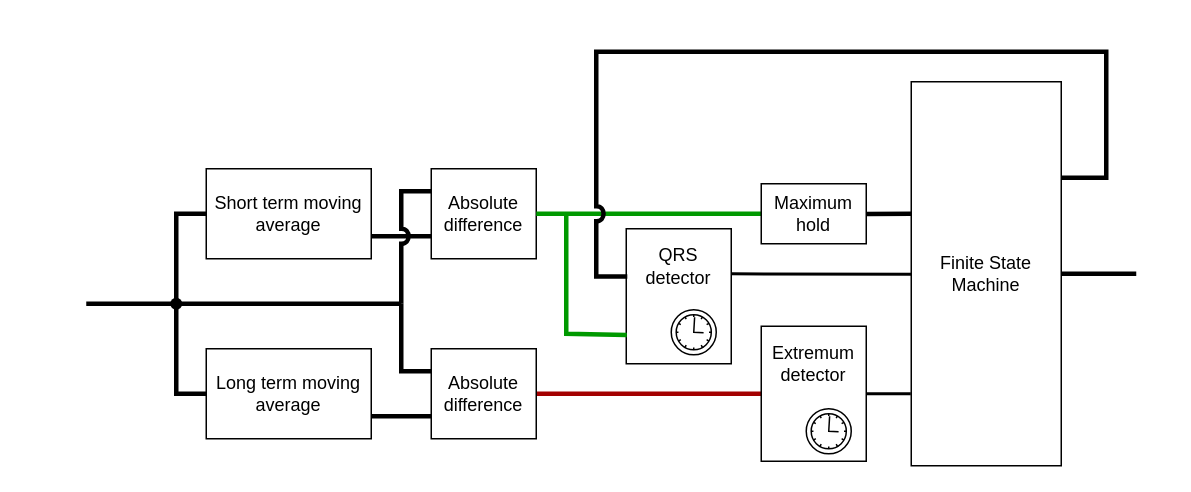
This is doc/drawio_diagrams/RPD_algorithm.drawio from jmat97/RPD22, a draw.io file, before an edit. Source tidied: cells renumbered, new cells numbered last; positions are measured from the earlier drawing's top-left corner, leaving out a move shared by most shapes. Both pictures are drawn from the tidied source at 150%, with x=0, y=0 at pixel (86, 51).
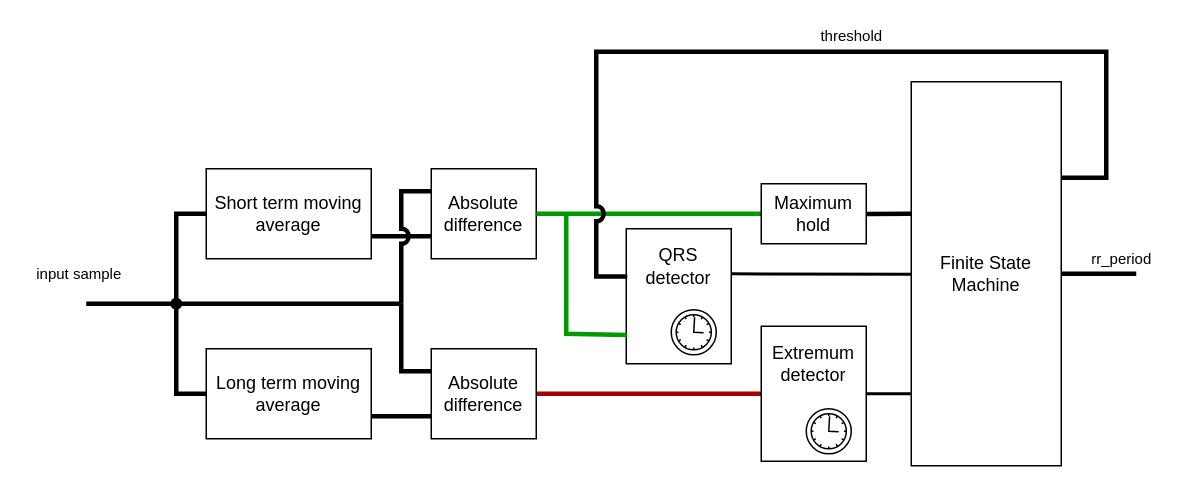
The same page after the edit.

Commit message:
Update RPD_algorithm

The change refers to these unchanged cells:
```xml
<mxCell id="15" style="edgeStyle=orthogonalEdgeStyle;rounded=0;jumpStyle=arc;orthogonalLoop=1;jettySize=auto;html=1;exitX=1;exitY=0.25;exitDx=0;exitDy=0;endArrow=none;endFill=0;strokeWidth=3;entryX=0.01;entryY=0.355;entryDx=0;entryDy=0;entryPerimeter=0;" parent="1" edge="1">
  <mxGeometry relative="1" as="geometry">
    <mxPoint x="650" y="84" as="sourcePoint" />
    <mxPoint x="360.7" y="149.9" as="targetPoint" />
    <Array as="points">
      <mxPoint x="680" y="84" />
      <mxPoint x="680" />
      <mxPoint x="340" />
      <mxPoint x="340" y="150" />
    </Array>
  </mxGeometry>
</mxCell>
```

Diff of the diagram source:
```diff
@@
+    <mxCell id="29" value="threshold" style="edgeLabel;html=1;align=center;verticalAlign=middle;fontSize=10;fontColor=#000000;" parent="15" vertex="1">
+      <mxGeometry x="-0.26" y="-1" relative="1" as="geometry">
+        <mxPoint x="-54" y="-11" as="offset" />
+      </mxGeometry>
+    </mxCell>
@@
+    <mxCell id="30" value="input sample" style="text;html=1;align=center;verticalAlign=middle;strokeColor=none;fillColor=none;fontSize=10;fontColor=#000000;" parent="1" vertex="1">
+      <mxGeometry x="-40" y="138" width="70" height="20" as="geometry" />
+    </mxCell>
+    <mxCell id="31" value="rr_period" style="text;html=1;align=center;verticalAlign=middle;strokeColor=none;fillColor=none;fontSize=10;fontColor=#000000;" parent="1" vertex="1">
+      <mxGeometry x="660" y="128" width="60" height="20" as="geometry" />
+    </mxCell>
```
